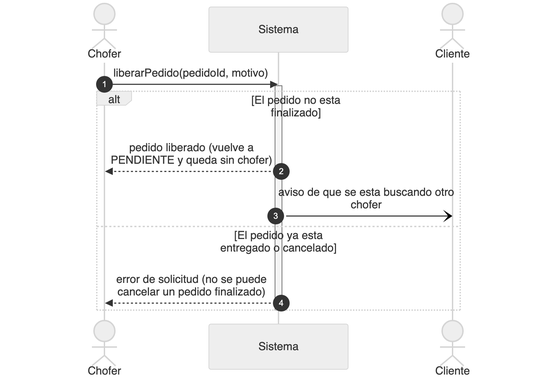
The Mermaid diagram diagramas/png/DSS_CU-009_Cancelar-Pedido.png in Nahuelito-Dev/splg-docs, before a commit. Its source is kept beside it as diagramas/DSS_CU-009_Cancelar-Pedido.mmd. The source it was exported from:
```mermaid
sequenceDiagram
    title DSS — CU-009 Cancelar Pedido
    autonumber
    actor CHO as Chofer
    participant SIS as Sistema
    actor CLI as Cliente

    CHO->>SIS: liberarPedido(pedidoId, motivo)
    activate SIS
    alt El pedido esta asignado al chofer y no esta finalizado
        SIS-->>CHO: pedido liberado (vuelve a PENDIENTE y queda sin chofer)
        SIS-)CLI: aviso de que se esta buscando otro chofer
    else El pedido es de otra distribuidora
        SIS-->>CHO: recurso no encontrado
    else El pedido no esta asignado a este chofer
        SIS-->>CHO: acceso denegado
    else El pedido ya esta entregado o cancelado
        SIS-->>CHO: error de solicitud (no se puede cancelar un pedido finalizado)
    end
    deactivate SIS
```
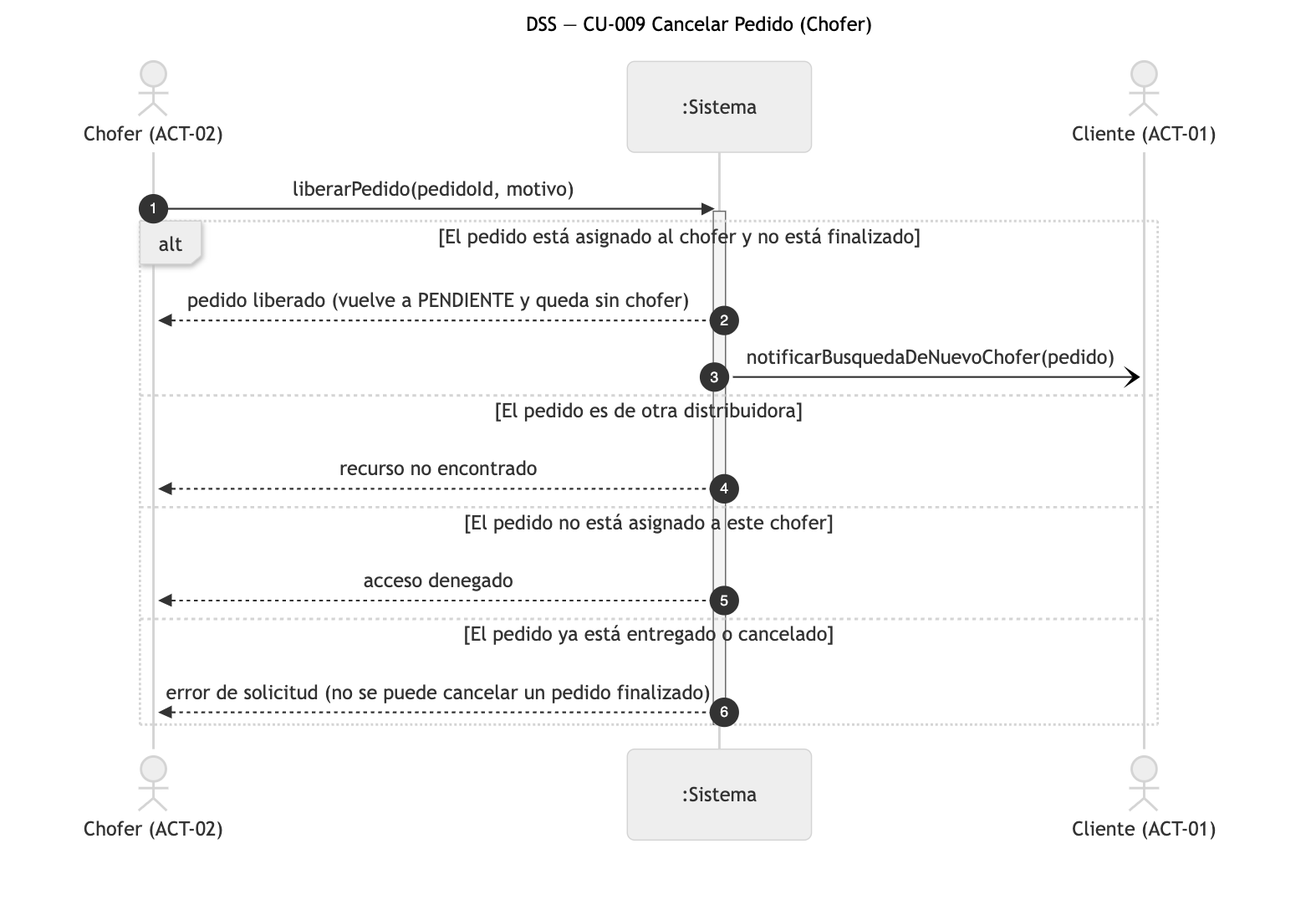
Later version of the same file.

Change to the diagram source:
```diff
@@ -1,20 +1,20 @@
 sequenceDiagram
-    title DSS — CU-009 Cancelar Pedido
+    title DSS — CU-009 Cancelar Pedido (Chofer)
     autonumber
-    actor CHO as Chofer
-    participant SIS as Sistema
-    actor CLI as Cliente
+    actor CHO as Chofer (ACT-02)
+    participant SIS as :Sistema
+    actor CLI as Cliente (ACT-01)
 
     CHO->>SIS: liberarPedido(pedidoId, motivo)
     activate SIS
-    alt El pedido esta asignado al chofer y no esta finalizado
+    alt El pedido está asignado al chofer y no está finalizado
         SIS-->>CHO: pedido liberado (vuelve a PENDIENTE y queda sin chofer)
-        SIS-)CLI: aviso de que se esta buscando otro chofer
+        SIS-)CLI: notificarBusquedaDeNuevoChofer(pedido)
     else El pedido es de otra distribuidora
         SIS-->>CHO: recurso no encontrado
-    else El pedido no esta asignado a este chofer
+    else El pedido no está asignado a este chofer
         SIS-->>CHO: acceso denegado
-    else El pedido ya esta entregado o cancelado
+    else El pedido ya está entregado o cancelado
         SIS-->>CHO: error de solicitud (no se puede cancelar un pedido finalizado)
     end
     deactivate SIS
```
